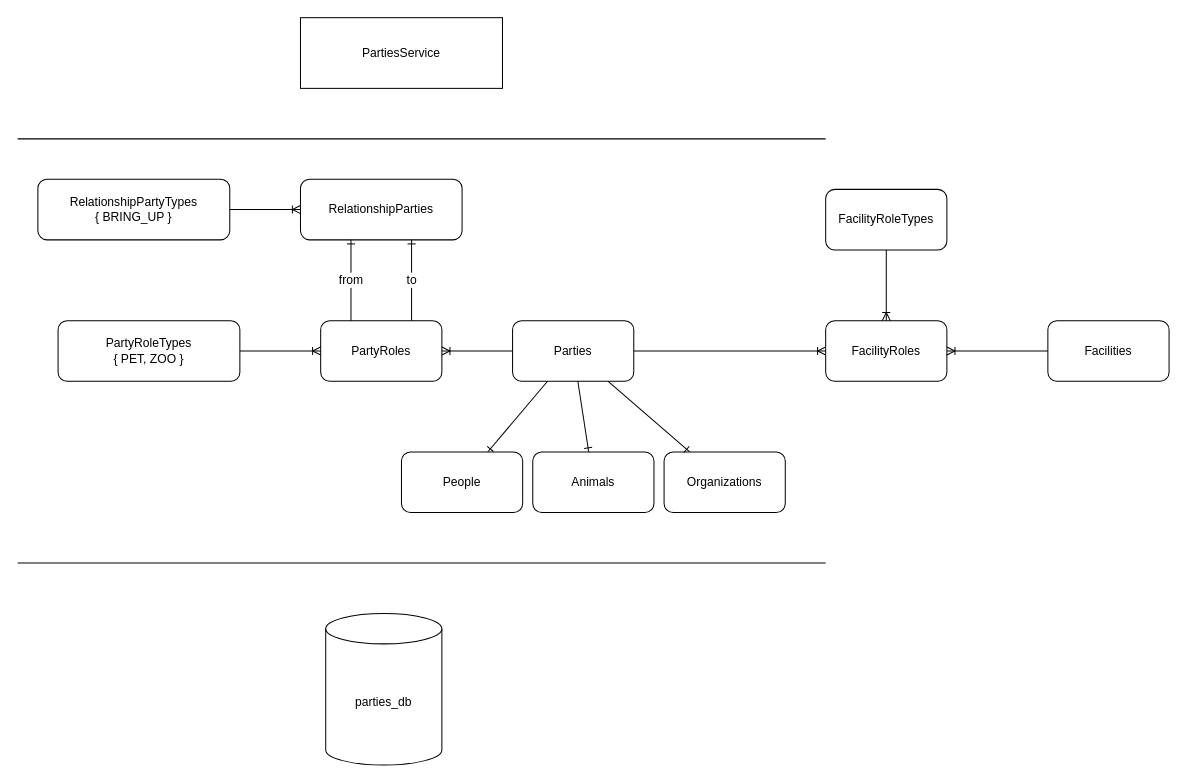
Earlier version of the draw.io diagram docs/moodeng.drawio (chavp/hello-api). Source tidied: cells renumbered, new cells numbered last; positions are measured from the earlier drawing's top-left corner, leaving out a move shared by most shapes. Both pictures are drawn from the tidied source at 101%, with x=0, y=0 at pixel (17, 17).
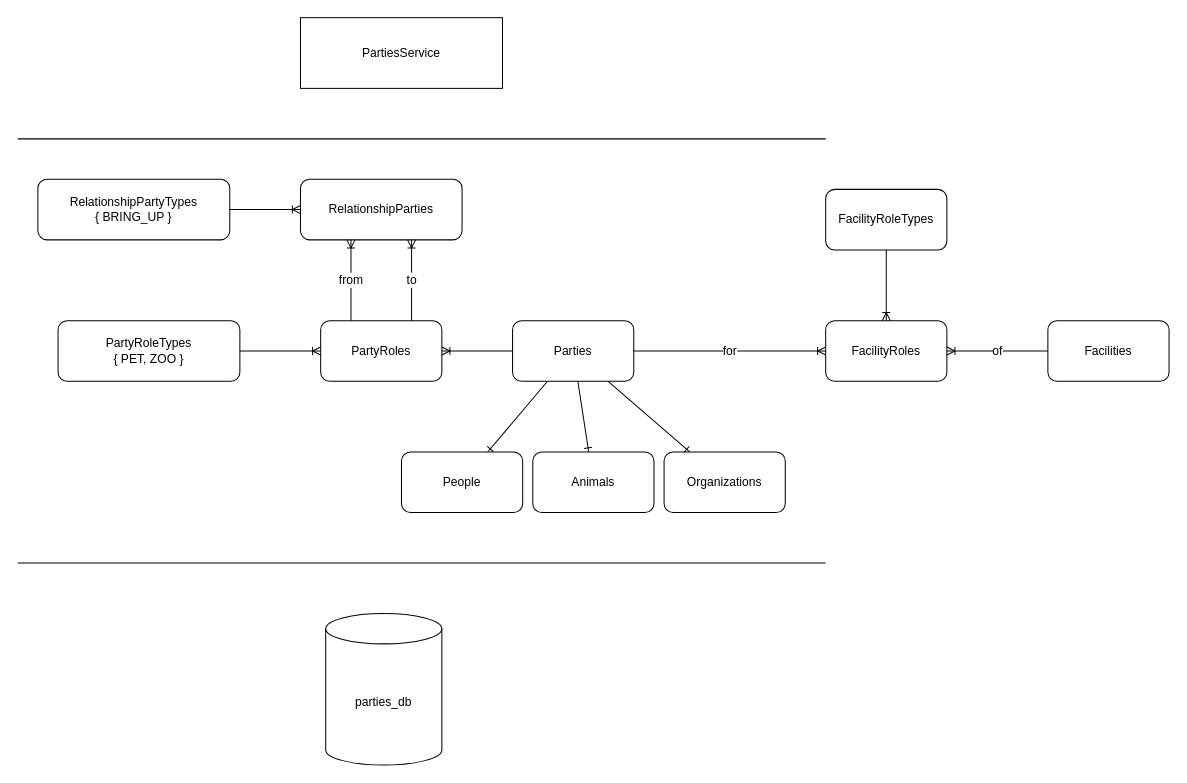
The same page after the edit.

Unchanged cells that the change refers to:
```xml
<mxCell id="2" value="Parties" style="rounded=1;whiteSpace=wrap;html=1;" parent="1" vertex="1">
  <mxGeometry x="490" y="300" width="120" height="60" as="geometry" />
</mxCell>
<mxCell id="5" value="PartyRoles" style="rounded=1;whiteSpace=wrap;html=1;" parent="1" vertex="1">
  <mxGeometry x="300" y="300" width="120" height="60" as="geometry" />
</mxCell>
<mxCell id="13" value="RelationshipParties" style="rounded=1;whiteSpace=wrap;html=1;" parent="1" vertex="1">
  <mxGeometry x="280" y="160" width="160" height="60" as="geometry" />
</mxCell>
<mxCell id="22" value="Facilities" style="rounded=1;whiteSpace=wrap;html=1;" parent="1" vertex="1">
  <mxGeometry x="1020" y="300" width="120" height="60" as="geometry" />
</mxCell>
<mxCell id="24" value="FacilityRoles" style="rounded=1;whiteSpace=wrap;html=1;" parent="1" vertex="1">
  <mxGeometry x="800" y="300" width="120" height="60" as="geometry" />
</mxCell>
```

What changed in the source:
```diff
@@
-    <mxCell id="14" value="from" style="fontSize=12;html=1;endArrow=ERone;endFill=1;rounded=0;edgeStyle=orthogonalEdgeStyle;" parent="1" edge="1" source="5" target="13">
+    <mxCell id="14" value="from" style="fontSize=12;html=1;endArrow=ERoneToMany;endFill=0;rounded=0;edgeStyle=orthogonalEdgeStyle;" parent="1" edge="1" source="5" target="13">
       <mxGeometry relative="1" as="geometry">
         <Array as="points">
           <mxPoint x="330" y="290" />
           <mxPoint x="330" y="290" />
         </Array>
       </mxGeometry>
     </mxCell>
-    <mxCell id="15" value="to" style="fontSize=12;html=1;endArrow=ERone;endFill=1;rounded=0;edgeStyle=orthogonalEdgeStyle;" parent="1" edge="1" source="5" target="13">
+    <mxCell id="15" value="to" style="fontSize=12;html=1;endArrow=ERoneToMany;endFill=0;rounded=0;edgeStyle=orthogonalEdgeStyle;" parent="1" edge="1" source="5" target="13">
       <mxGeometry relative="1" as="geometry">
         <Array as="points">
           <mxPoint x="390" y="290" />
           <mxPoint x="390" y="290" />
         </Array>
       </mxGeometry>
     </mxCell>
@@
-    <mxCell id="26" style="fontSize=12;html=1;endArrow=ERoneToMany;rounded=0;" parent="1" edge="1" source="2" target="24">
+    <mxCell id="26" value="for" style="fontSize=12;html=1;endArrow=ERoneToMany;rounded=0;" parent="1" edge="1" source="2" target="24">
       <mxGeometry relative="1" as="geometry" />
     </mxCell>
-    <mxCell id="27" style="fontSize=12;html=1;endArrow=ERoneToMany;rounded=0;" parent="1" edge="1" source="22" target="24">
+    <mxCell id="27" value="of" style="fontSize=12;html=1;endArrow=ERoneToMany;rounded=0;" parent="1" edge="1" source="22" target="24">
       <mxGeometry relative="1" as="geometry" />
     </mxCell>
```
